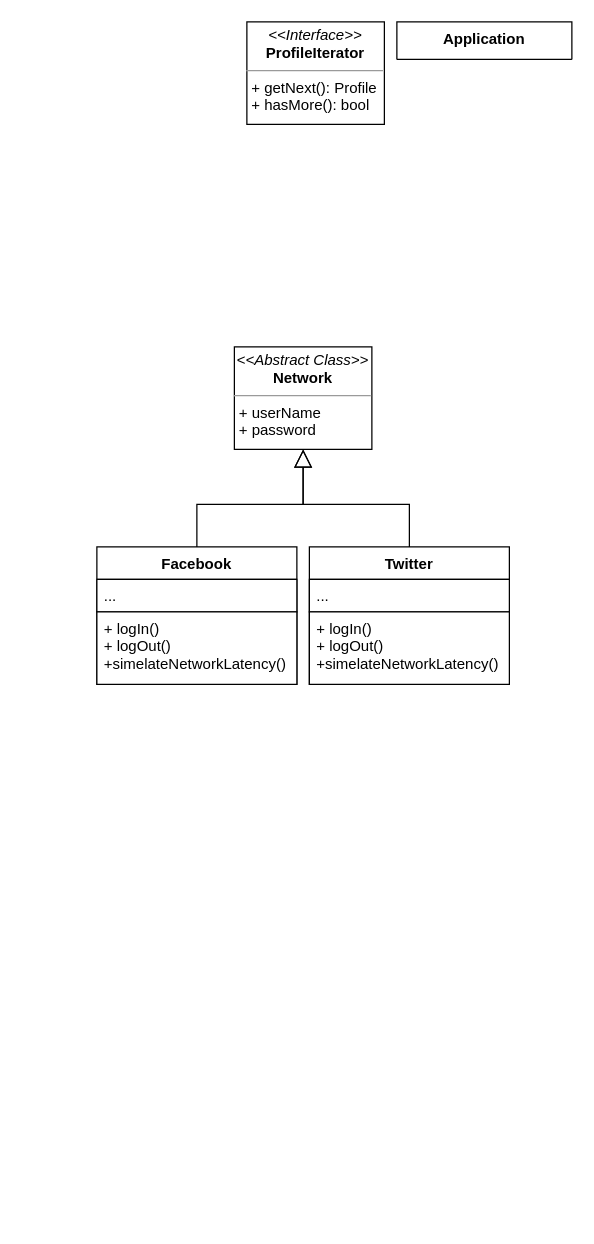
Before: page "Template Method" (21 of 22) of Diagramas.drawio in estebansalas18/Patrones-GoF, a draw.io diagram. Source tidied: cells renumbered, new cells numbered last; positions are measured from the earlier drawing's top-left corner, leaving out a move shared by most shapes. Both pictures are drawn from the tidied source at 125%, with x=0, y=0 at pixel (96, 21).
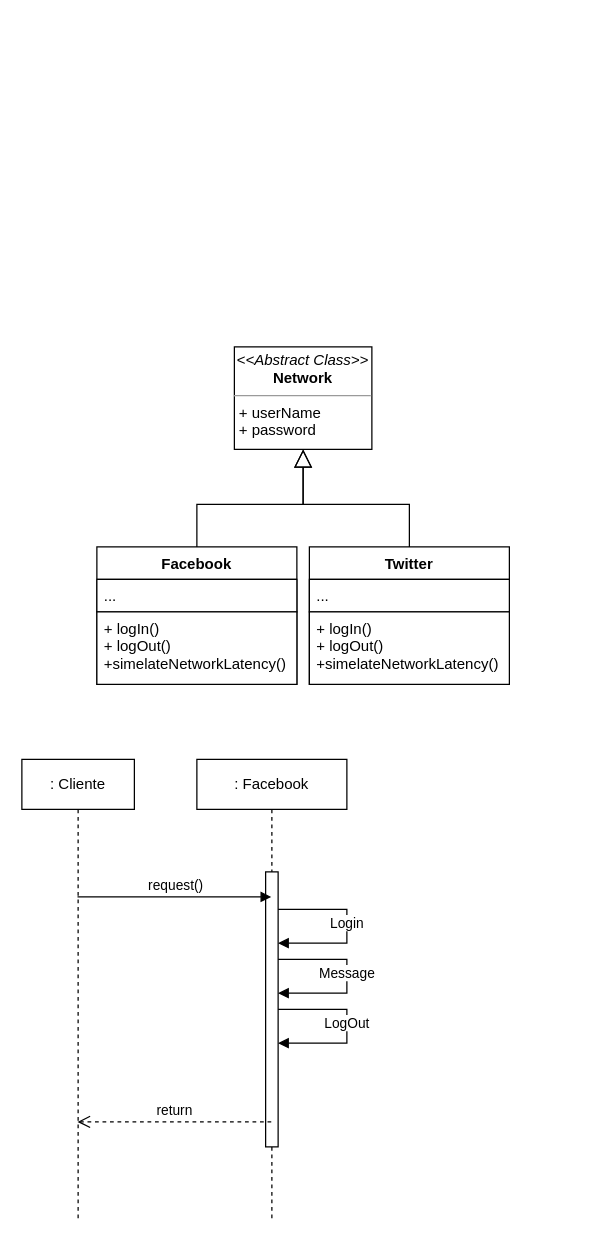
The same diagram, later.

Diff of the diagram source:
```diff
@@
-    <mxCell id="6" value="&lt;p style=&quot;margin:0px;margin-top:4px;text-align:center;&quot;&gt;&lt;i&gt;&amp;lt;&amp;lt;Interface&amp;gt;&amp;gt;&lt;/i&gt;&lt;br&gt;&lt;b&gt;ProfileIterator&lt;/b&gt;&lt;/p&gt;&lt;hr size=&quot;1&quot;&gt;&lt;p style=&quot;margin:0px;margin-left:4px;&quot;&gt;&lt;span style=&quot;background-color: initial;&quot;&gt;+ getNext(): Profile&lt;/span&gt;&lt;/p&gt;&lt;p style=&quot;margin:0px;margin-left:4px;&quot;&gt;+ hasMore(): bool&lt;/p&gt;" style="verticalAlign=top;align=left;overflow=fill;fontSize=12;fontFamily=Helvetica;html=1;fillColor=#FFFFFF;fontColor=#000000;strokeColor=#000000;" parent="1" vertex="1">
-      <mxGeometry x="120" width="110" height="82" as="geometry" />
-    </mxCell>
-    <mxCell id="7" value="Application" style="swimlane;fontStyle=1;align=center;verticalAlign=top;horizontal=1;startSize=110;labelBackgroundColor=none;strokeWidth=1;strokeColor=#000000;swimlaneLine=1;fillColor=#FFFFFF;" parent="1" vertex="1">
-      <mxGeometry x="240" width="140" height="30" as="geometry" />
-    </mxCell>
@@
+    <mxCell id="13" value=": Cliente" style="shape=umlLifeline;perimeter=lifelinePerimeter;whiteSpace=wrap;html=1;outlineConnect=0;rounded=0;shadow=0;labelBackgroundColor=none;sketch=0;fillStyle=auto;fontColor=#000000;strokeColor=#000000;strokeWidth=1;fillColor=#FFFFFF;gradientColor=none;" parent="1" vertex="1">
+      <mxGeometry x="-60" y="590" width="90" height="370" as="geometry" />
+    </mxCell>
+    <mxCell id="14" value=": Facebook" style="shape=umlLifeline;perimeter=lifelinePerimeter;whiteSpace=wrap;html=1;outlineConnect=0;rounded=0;shadow=0;labelBackgroundColor=none;sketch=0;fillStyle=auto;fontColor=#000000;strokeColor=#000000;strokeWidth=1;fillColor=#FFFFFF;gradientColor=none;" parent="1" vertex="1">
+      <mxGeometry x="80" y="590" width="120" height="370" as="geometry" />
+    </mxCell>
+    <mxCell id="15" style="html=1;points=[];perimeter=orthogonalPerimeter;rounded=0;shadow=0;labelBackgroundColor=none;sketch=0;fillStyle=auto;fontColor=#000000;strokeColor=#000000;strokeWidth=1;fillColor=#FFFFFF;gradientColor=none;" parent="14" vertex="1">
+      <mxGeometry x="55" y="90" width="10" height="220" as="geometry" />
+    </mxCell>
+    <mxCell id="16" value="Login" style="html=1;verticalAlign=bottom;endArrow=block;rounded=0;" parent="14" edge="1" source="15" target="15">
+      <mxGeometry x="0.09" relative="1" as="geometry">
+        <Array as="points">
+          <mxPoint x="120" y="120" />
+          <mxPoint x="120" y="147" />
+        </Array>
+      </mxGeometry>
+    </mxCell>
+    <mxCell id="17" value="Message" style="html=1;verticalAlign=bottom;endArrow=block;rounded=0;" parent="14" edge="1">
+      <mxGeometry x="0.09" relative="1" as="geometry">
+        <mxPoint x="65" y="160" as="sourcePoint" />
+        <mxPoint x="65" y="187" as="targetPoint" />
+        <Array as="points">
+          <mxPoint x="120" y="160" />
+          <mxPoint x="120" y="187" />
+        </Array>
+      </mxGeometry>
+    </mxCell>
+    <mxCell id="18" value="LogOut" style="html=1;verticalAlign=bottom;endArrow=block;rounded=0;" parent="14" edge="1">
+      <mxGeometry x="0.09" relative="1" as="geometry">
+        <mxPoint x="65" y="200" as="sourcePoint" />
+        <mxPoint x="65" y="227" as="targetPoint" />
+        <Array as="points">
+          <mxPoint x="120" y="200" />
+          <mxPoint x="120" y="227" />
+        </Array>
+      </mxGeometry>
+    </mxCell>
+    <mxCell id="19" value="request()" style="html=1;verticalAlign=bottom;endArrow=block;rounded=0;" parent="1" edge="1" source="13" target="14">
+      <mxGeometry relative="1" as="geometry">
+        <Array as="points">
+          <mxPoint x="110" y="700" />
+        </Array>
+      </mxGeometry>
+    </mxCell>
+    <mxCell id="20" value="return" style="html=1;verticalAlign=bottom;endArrow=open;dashed=1;endSize=8;rounded=0;" parent="1" edge="1" source="14" target="13">
+      <mxGeometry relative="1" as="geometry">
+        <Array as="points">
+          <mxPoint x="110" y="880" />
+        </Array>
+      </mxGeometry>
+    </mxCell>
```
